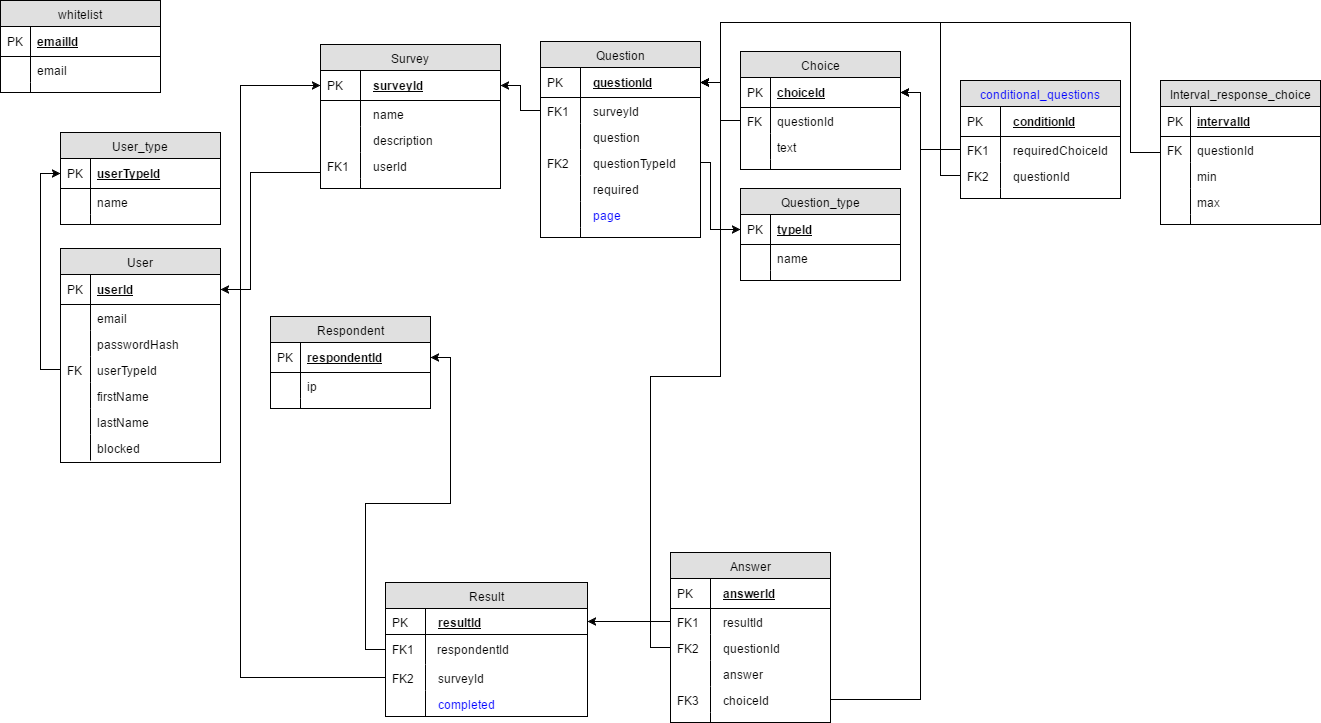
The draw.io diagram UML/Apklausų DB.png in Javainis2017/SurveyApplication, before a commit. Source tidied: cells renumbered, new cells last; positions are measured from the earlier drawing's top-left corner, leaving out a move shared by most shapes.
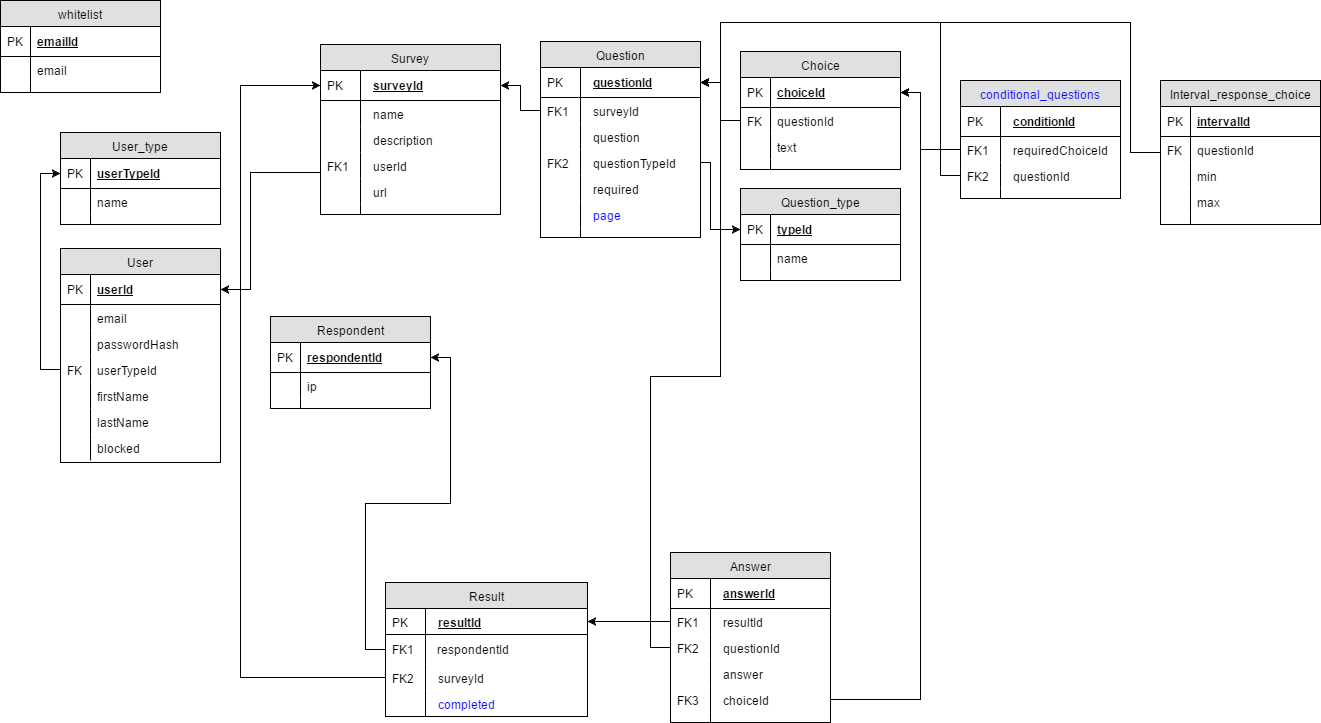
The same diagram one commit later.

Commit message:
Added url to survey

Diff of the diagram source:
```diff
@@ -48,7 +48,7 @@
       <mxGeometry width="30" height="26" as="geometry" />
     </mxCell>
     <mxCell id="17" value="Survey" style="swimlane;html=1;fontStyle=0;horizontal=1;startSize=26;fillColor=#e0e0e0;swimlaneFillColor=#ffffff;align=center;" parent="1" vertex="1">
-      <mxGeometry x="320" y="44" width="180" height="144" as="geometry" />
+      <mxGeometry x="320" y="44" width="180" height="170" as="geometry" />
     </mxCell>
     <mxCell id="18" value="surveyId" style="shape=partialRectangle;top=0;left=0;right=0;bottom=1;html=1;align=left;verticalAlign=middle;fillColor=none;spacingLeft=50;spacingRight=4;whiteSpace=wrap;overflow=hidden;points=[[0,0.5],[1,0.5]];portConstraint=eastwest;fontStyle=5;" parent="17" vertex="1">
       <mxGeometry y="26" width="180" height="30" as="geometry" />
@@ -74,8 +74,14 @@
     <mxCell id="25" value="FK1" style="shape=partialRectangle;top=0;left=0;bottom=0;html=1;fillColor=none;align=left;verticalAlign=top;spacingLeft=4;spacingRight=4;whiteSpace=wrap;overflow=hidden;" parent="24" vertex="1">
       <mxGeometry width="40" height="26" as="geometry" />
     </mxCell>
+    <mxCell id="135" value="url" style="shape=partialRectangle;top=0;left=0;right=0;bottom=0;html=1;align=left;verticalAlign=top;fillColor=none;spacingLeft=50;spacingRight=4;whiteSpace=wrap;overflow=hidden;labelBackgroundColor=none;strokeColor=#000000;fontColor=#000000;" parent="17" vertex="1">
+      <mxGeometry y="134" width="180" height="26" as="geometry" />
+    </mxCell>
+    <mxCell id="136" style="shape=partialRectangle;top=0;left=0;bottom=0;html=1;fillColor=none;align=left;verticalAlign=top;spacingLeft=4;spacingRight=4;whiteSpace=wrap;overflow=hidden;" parent="135" vertex="1">
+      <mxGeometry width="40" height="26" as="geometry" />
+    </mxCell>
     <mxCell id="26" style="shape=partialRectangle;top=0;left=0;right=0;bottom=0;html=1;align=left;verticalAlign=top;fillColor=none;spacingLeft=50;spacingRight=4;whiteSpace=wrap;overflow=hidden;" parent="17" vertex="1">
-      <mxGeometry y="134" width="180" height="10" as="geometry" />
+      <mxGeometry y="160" width="180" height="10" as="geometry" />
     </mxCell>
     <mxCell id="27" style="shape=partialRectangle;top=0;left=0;bottom=0;html=1;fillColor=none;align=left;verticalAlign=top;spacingLeft=4;spacingRight=4;whiteSpace=wrap;overflow=hidden;" parent="26" vertex="1">
       <mxGeometry width="40" height="10" as="geometry" />
```
